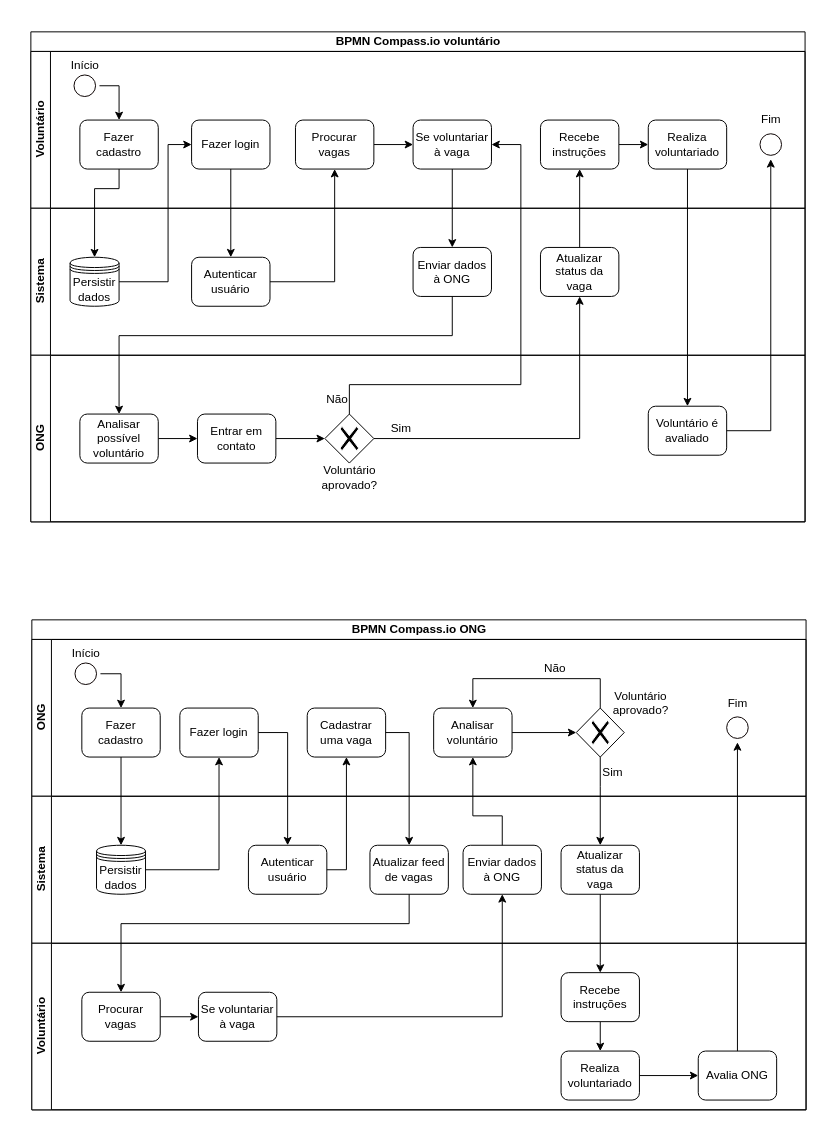
The draw.io diagram documentacao/negocio/bpmn/BPMN.drawio in BandTec/20201-3adsa-grupo3, before the edit. Source tidied: cells renumbered, new cells numbered last; positions are measured from the earlier drawing's top-left corner, leaving out a move shared by most shapes. Both pictures are drawn from the tidied source at 98%, with x=0, y=0 at pixel (30, 31).
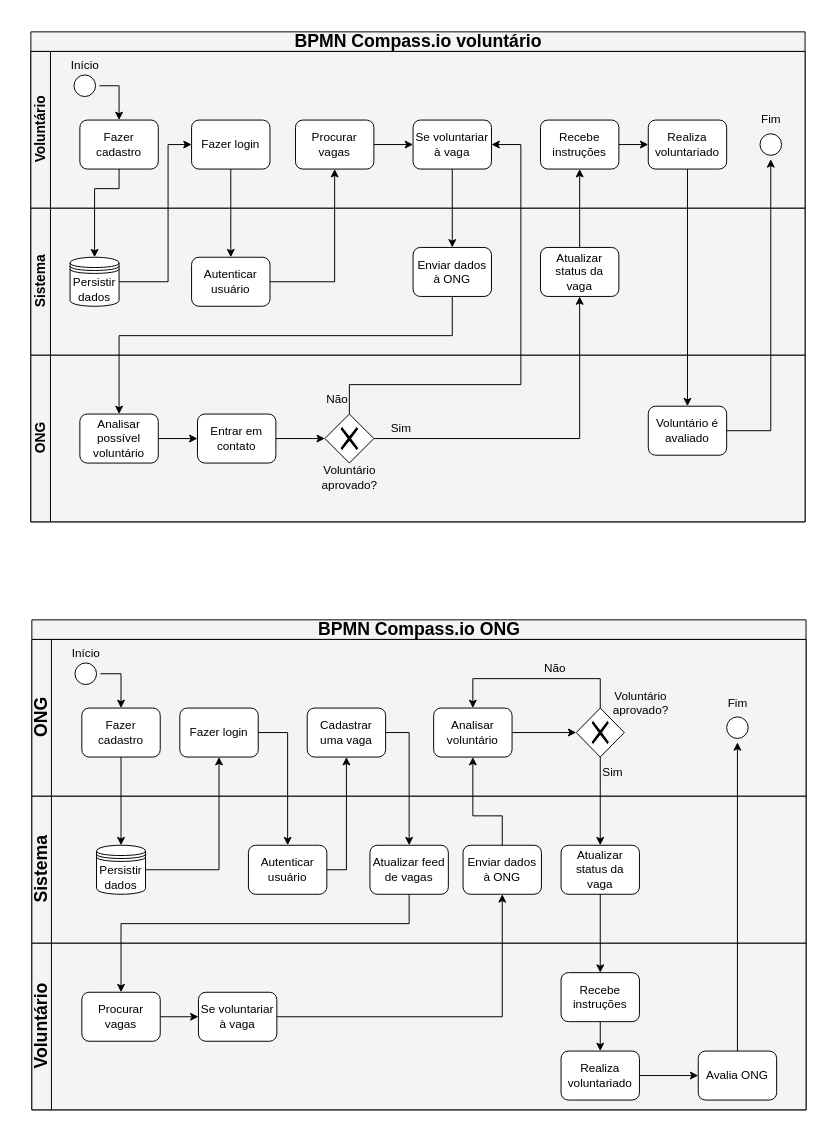
After the change.

Commit message (it also covers changes not shown here):
(documentacao) BPMN atualizado com as cores corretas

The edit, as a diff of the source:
```diff
@@
-    <mxCell id="2" value="BPMN Compass.io voluntário" style="swimlane;html=1;horizontal=1;startSize=20;fillColor=#FFFFFF;" parent="1" vertex="1">
+    <mxCell id="2" value="&lt;h2&gt;BPMN Compass.io voluntário&lt;/h2&gt;" style="swimlane;html=1;horizontal=1;startSize=20;fillColor=#F4F4F4;" parent="1" vertex="1">
       <mxGeometry width="790" height="500" as="geometry" />
     </mxCell>
-    <mxCell id="3" value="Voluntário" style="swimlane;html=1;startSize=20;horizontal=0;" parent="2" vertex="1">
+    <mxCell id="3" value="&lt;h3&gt;Voluntário&lt;/h3&gt;" style="swimlane;html=1;startSize=20;horizontal=0;swimlaneFillColor=#f4f4f4;fontStyle=1;fillColor=#F4F4F4;" parent="2" vertex="1">
       <mxGeometry y="20" width="790" height="160" as="geometry" />
     </mxCell>
@@
-    <mxCell id="17" value="Sistema" style="swimlane;html=1;startSize=20;horizontal=0;" parent="2" vertex="1">
+    <mxCell id="17" value="&lt;h3&gt;Sistema&lt;/h3&gt;" style="swimlane;html=1;startSize=20;horizontal=0;swimlaneFillColor=#f4f4f4;fontStyle=1;fillColor=#F4F4F4;" parent="2" vertex="1">
       <mxGeometry y="180" width="790" height="150" as="geometry" />
     </mxCell>
@@
-    <mxCell id="22" value="ONG" style="swimlane;html=1;startSize=20;horizontal=0;" parent="2" vertex="1">
+    <mxCell id="22" value="&lt;h3&gt;ONG&lt;/h3&gt;" style="swimlane;html=1;startSize=20;horizontal=0;swimlaneFillColor=#f4f4f4;fontStyle=1;fillColor=#F4F4F4;" parent="2" vertex="1">
       <mxGeometry y="330" width="790" height="170" as="geometry" />
     </mxCell>
@@
-    <mxCell id="43" value="BPMN Compass.io ONG" style="swimlane;html=1;horizontal=1;startSize=20;fillColor=#FFFFFF;" parent="1" vertex="1">
+    <mxCell id="43" value="&lt;h2&gt;BPMN Compass.io ONG&lt;/h2&gt;" style="swimlane;html=1;horizontal=1;startSize=20;fillColor=#f4f4f4;swimlaneFillColor=#f4f4f4;" parent="1" vertex="1">
       <mxGeometry x="1" y="600" width="790" height="500" as="geometry" />
     </mxCell>
-    <mxCell id="44" value="ONG" style="swimlane;html=1;startSize=20;horizontal=0;" parent="43" vertex="1">
+    <mxCell id="44" value="&lt;h2&gt;ONG&lt;/h2&gt;" style="swimlane;html=1;startSize=20;horizontal=0;fillColor=#f4f4f4;swimlaneFillColor=#f4f4f4;" parent="43" vertex="1">
       <mxGeometry y="20" width="790" height="160" as="geometry" />
     </mxCell>
@@
-    <mxCell id="60" value="Sistema" style="swimlane;html=1;startSize=20;horizontal=0;" parent="43" vertex="1">
+    <mxCell id="60" value="&lt;h2&gt;Sistema&lt;/h2&gt;" style="swimlane;html=1;startSize=20;horizontal=0;fillColor=#f4f4f4;swimlaneFillColor=#f4f4f4;" parent="43" vertex="1">
       <mxGeometry y="180" width="790" height="150" as="geometry" />
     </mxCell>
@@
-    <mxCell id="66" value="Voluntário" style="swimlane;html=1;startSize=20;horizontal=0;" parent="43" vertex="1">
+    <mxCell id="66" value="&lt;h2&gt;Voluntário&lt;/h2&gt;" style="swimlane;html=1;startSize=20;horizontal=0;fillColor=#f4f4f4;swimlaneFillColor=#f4f4f4;" parent="43" vertex="1">
       <mxGeometry y="330" width="790" height="170" as="geometry" />
     </mxCell>
```
